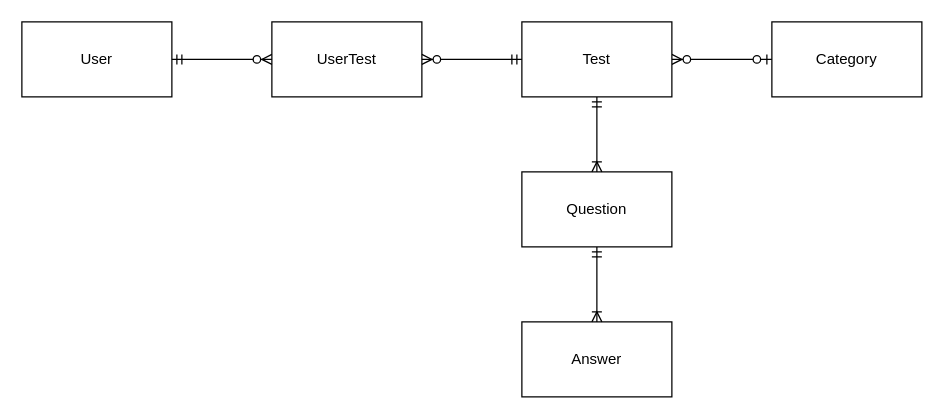
Before: Untitled Diagram.drawio in Alex-Govorov/sync, a draw.io diagram. Source tidied: cells renumbered, new cells numbered last; positions are measured from the earlier drawing's top-left corner, leaving out a move shared by most shapes. Both pictures are drawn from the tidied source at 125%, with x=0, y=0 at pixel (21, 21).
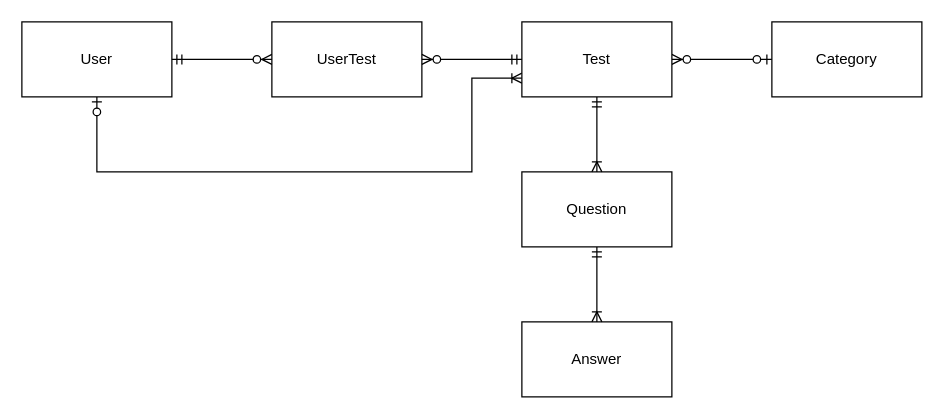
Above is the later version.

What changed in the source:
```diff
@@
 <mxGraphModel>
   <root>
     <mxCell id="0" />
     <mxCell id="1" parent="0" />
     <mxCell id="2" value="User" style="whiteSpace=wrap;html=1;align=center;" parent="1" vertex="1">
       <mxGeometry width="120" height="60" as="geometry" />
     </mxCell>
     <mxCell id="3" value="Answer" style="whiteSpace=wrap;html=1;align=center;" parent="1" vertex="1">
       <mxGeometry x="400" y="240" width="120" height="60" as="geometry" />
     </mxCell>
     <mxCell id="4" value="Category" style="whiteSpace=wrap;html=1;align=center;" parent="1" vertex="1">
       <mxGeometry x="600" width="120" height="60" as="geometry" />
     </mxCell>
     <mxCell id="5" style="edgeStyle=orthogonalEdgeStyle;rounded=0;jettySize=auto;html=1;startArrow=ERmandOne;startFill=0;endArrow=ERoneToMany;endFill=0;" parent="1" edge="1" source="6" target="3">
       <mxGeometry relative="1" as="geometry" />
     </mxCell>
     <mxCell id="6" value="Question" style="whiteSpace=wrap;html=1;align=center;" parent="1" vertex="1">
       <mxGeometry x="400" y="120" width="120" height="60" as="geometry" />
     </mxCell>
     <mxCell id="7" style="edgeStyle=orthogonalEdgeStyle;rounded=0;jettySize=auto;html=1;entryX=0;entryY=0.5;entryDx=0;entryDy=0;startArrow=ERzeroToMany;startFill=1;endArrow=ERzeroToOne;endFill=1;" parent="1" edge="1" source="9" target="4">
       <mxGeometry relative="1" as="geometry" />
     </mxCell>
     <mxCell id="8" style="edgeStyle=orthogonalEdgeStyle;rounded=0;jettySize=auto;html=1;entryX=0.5;entryY=0;entryDx=0;entryDy=0;startArrow=ERmandOne;startFill=0;endArrow=ERoneToMany;endFill=0;" parent="1" edge="1" source="9" target="6">
       <mxGeometry relative="1" as="geometry" />
     </mxCell>
+    <mxCell id="13" style="edgeStyle=orthogonalEdgeStyle;rounded=0;jettySize=auto;html=1;exitX=0;exitY=0.75;exitDx=0;exitDy=0;entryX=0.5;entryY=1;entryDx=0;entryDy=0;startArrow=ERoneToMany;startFill=0;endArrow=ERzeroToOne;endFill=1;" parent="1" edge="1" source="9" target="2">
+      <mxGeometry relative="1" as="geometry">
+        <Array as="points">
+          <mxPoint x="360" y="45" />
+          <mxPoint x="360" y="120" />
+          <mxPoint x="60" y="120" />
+        </Array>
+      </mxGeometry>
+    </mxCell>
     <mxCell id="9" value="Test" style="whiteSpace=wrap;html=1;align=center;" parent="1" vertex="1">
       <mxGeometry x="400" width="120" height="60" as="geometry" />
     </mxCell>
     <mxCell id="10" value="UserTest" style="whiteSpace=wrap;html=1;align=center;" parent="1" vertex="1">
       <mxGeometry x="200" width="120" height="60" as="geometry" />
     </mxCell>
     <mxCell id="11" style="edgeStyle=entityRelationEdgeStyle;fontSize=12;html=1;endArrow=ERzeroToMany;startArrow=ERmandOne;exitX=1;exitY=0.5;exitDx=0;exitDy=0;entryX=0;entryY=0.5;entryDx=0;entryDy=0;" parent="1" edge="1" source="2" target="10">
       <mxGeometry relative="1" as="geometry" />
     </mxCell>
     <mxCell id="12" style="edgeStyle=entityRelationEdgeStyle;fontSize=12;html=1;endArrow=ERmandOne;startArrow=ERzeroToMany;exitX=1;exitY=0.5;exitDx=0;exitDy=0;entryX=0;entryY=0.5;entryDx=0;entryDy=0;startFill=1;endFill=0;" parent="1" edge="1" source="10" target="9">
       <mxGeometry relative="1" as="geometry" />
     </mxCell>
   </root>
 </mxGraphModel>
```
